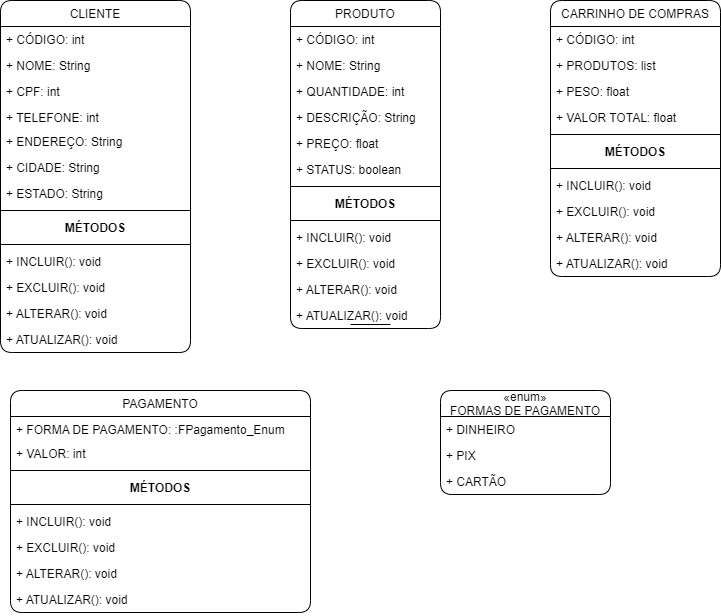
Before: Untitled Diagram.drawio.png, a diagram exported from draw.io (joao100101/Engenharia-De-Software). Source tidied: cells renumbered, new cells last; positions are measured from the earlier drawing's top-left corner, leaving out a move shared by most shapes.
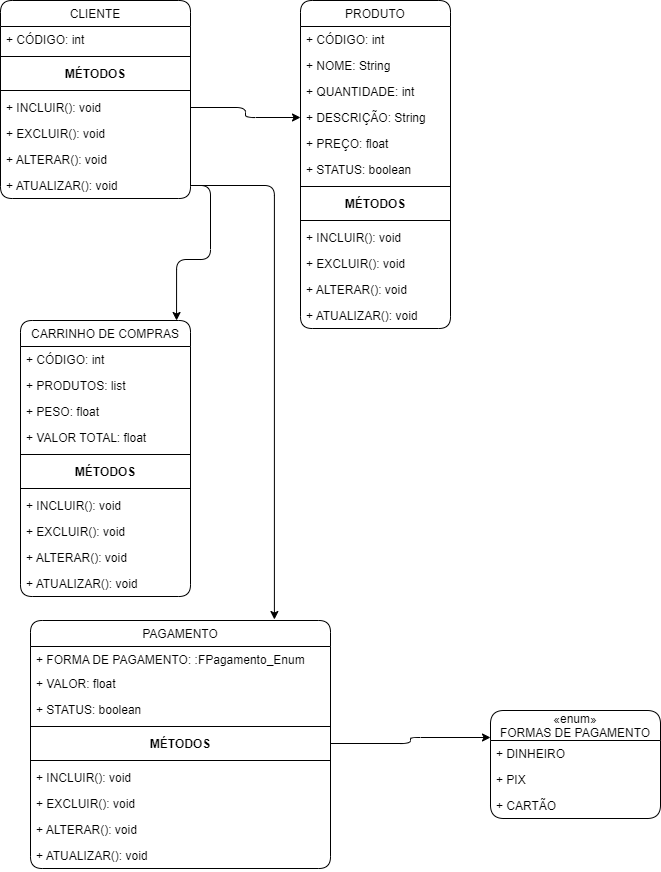
The same file after the commit.

Diff of the diagram source:
```diff
@@ -3,49 +3,31 @@
     <mxCell id="0" />
     <mxCell id="1" parent="0" />
     <mxCell id="2" value="CLIENTE" style="swimlane;fontStyle=0;horizontal=1;startSize=26;fillColor=none;rounded=1;" parent="1" vertex="1">
-      <mxGeometry width="190" height="352" as="geometry" />
+      <mxGeometry x="-10" width="190" height="198" as="geometry" />
     </mxCell>
     <mxCell id="3" value="+ CÓDIGO: int" style="text;strokeColor=none;fillColor=none;align=left;verticalAlign=top;spacingLeft=4;spacingRight=4;overflow=hidden;rounded=1;" parent="2" vertex="1">
       <mxGeometry y="26" width="190" height="26" as="geometry" />
     </mxCell>
-    <mxCell id="4" value="+ NOME: String" style="text;strokeColor=none;fillColor=none;align=left;verticalAlign=top;spacingLeft=4;spacingRight=4;overflow=hidden;rounded=1;" parent="2" vertex="1">
-      <mxGeometry y="52" width="190" height="26" as="geometry" />
-    </mxCell>
-    <mxCell id="5" value="+ CPF: int" style="text;strokeColor=none;fillColor=none;align=left;verticalAlign=top;spacingLeft=4;spacingRight=4;overflow=hidden;rounded=1;" parent="2" vertex="1">
-      <mxGeometry y="78" width="190" height="26" as="geometry" />
-    </mxCell>
-    <mxCell id="6" value="+ TELEFONE: int" style="text;strokeColor=none;fillColor=none;align=left;verticalAlign=top;spacingLeft=4;spacingRight=4;overflow=hidden;rounded=1;" parent="2" vertex="1">
-      <mxGeometry y="104" width="190" height="24" as="geometry" />
-    </mxCell>
-    <mxCell id="7" value="+ ENDEREÇO: String" style="text;strokeColor=none;fillColor=none;align=left;verticalAlign=top;spacingLeft=4;spacingRight=4;overflow=hidden;rounded=1;" parent="2" vertex="1">
-      <mxGeometry y="128" width="190" height="26" as="geometry" />
-    </mxCell>
-    <mxCell id="8" value="+ CIDADE: String" style="text;strokeColor=none;fillColor=none;align=left;verticalAlign=top;spacingLeft=4;spacingRight=4;overflow=hidden;rounded=1;" parent="2" vertex="1">
-      <mxGeometry y="154" width="190" height="26" as="geometry" />
-    </mxCell>
-    <mxCell id="9" value="+ ESTADO: String" style="text;strokeColor=none;fillColor=none;align=left;verticalAlign=top;spacingLeft=4;spacingRight=4;overflow=hidden;rounded=1;" parent="2" vertex="1">
-      <mxGeometry y="180" width="190" height="26" as="geometry" />
-    </mxCell>
     <mxCell id="10" style="line;strokeWidth=1;fillColor=none;align=left;verticalAlign=middle;spacingTop=-1;spacingLeft=3;spacingRight=3;labelPosition=right;rounded=1;" parent="2" vertex="1">
-      <mxGeometry y="206" width="190" height="8" as="geometry" />
+      <mxGeometry y="52" width="190" height="8" as="geometry" />
     </mxCell>
     <mxCell id="11" value="MÉTODOS" style="text;align=center;fontStyle=1;verticalAlign=middle;spacingLeft=3;spacingRight=3;strokeColor=none;rounded=1;" parent="2" vertex="1">
-      <mxGeometry y="214" width="190" height="26" as="geometry" />
+      <mxGeometry y="60" width="190" height="26" as="geometry" />
     </mxCell>
     <mxCell id="12" style="line;strokeWidth=1;fillColor=none;align=left;verticalAlign=middle;spacingTop=-1;spacingLeft=3;spacingRight=3;labelPosition=right;rounded=1;" parent="2" vertex="1">
-      <mxGeometry y="240" width="190" height="8" as="geometry" />
+      <mxGeometry y="86" width="190" height="8" as="geometry" />
     </mxCell>
     <mxCell id="13" value="+ INCLUIR(): void" style="text;strokeColor=none;fillColor=none;align=left;verticalAlign=top;spacingLeft=4;spacingRight=4;overflow=hidden;points=[[0,0.5],[1,0.5]];portConstraint=eastwest;rounded=1;" parent="2" vertex="1">
-      <mxGeometry y="248" width="190" height="26" as="geometry" />
+      <mxGeometry y="94" width="190" height="26" as="geometry" />
     </mxCell>
     <mxCell id="14" value="+ EXCLUIR(): void" style="text;strokeColor=none;fillColor=none;align=left;verticalAlign=top;spacingLeft=4;spacingRight=4;overflow=hidden;rounded=1;" parent="2" vertex="1">
-      <mxGeometry y="274" width="190" height="26" as="geometry" />
+      <mxGeometry y="120" width="190" height="26" as="geometry" />
     </mxCell>
     <mxCell id="15" value="+ ALTERAR(): void" style="text;strokeColor=none;fillColor=none;align=left;verticalAlign=top;spacingLeft=4;spacingRight=4;overflow=hidden;rounded=1;" parent="2" vertex="1">
-      <mxGeometry y="300" width="190" height="26" as="geometry" />
+      <mxGeometry y="146" width="190" height="26" as="geometry" />
     </mxCell>
     <mxCell id="16" value="+ ATUALIZAR(): void" style="text;strokeColor=none;fillColor=none;align=left;verticalAlign=top;spacingLeft=4;spacingRight=4;overflow=hidden;points=[[0,0.5],[1,0.5]];portConstraint=eastwest;rounded=1;" parent="2" vertex="1">
-      <mxGeometry y="326" width="190" height="26" as="geometry" />
+      <mxGeometry y="172" width="190" height="26" as="geometry" />
     </mxCell>
     <mxCell id="17" value="PRODUTO" style="swimlane;fontStyle=0;horizontal=1;startSize=26;fillColor=none;rounded=1;" parent="1" vertex="1">
       <mxGeometry x="290" width="150" height="328" as="geometry" />
@@ -90,7 +72,7 @@
       <mxGeometry y="302" width="150" height="26" as="geometry" />
     </mxCell>
     <mxCell id="31" value="CARRINHO DE COMPRAS" style="swimlane;fontStyle=0;horizontal=1;startSize=26;fillColor=none;rounded=1;" parent="1" vertex="1">
-      <mxGeometry x="550" width="170" height="276" as="geometry" />
+      <mxGeometry x="10" y="320" width="170" height="276" as="geometry" />
     </mxCell>
     <mxCell id="32" value="+ CÓDIGO: int" style="text;strokeColor=none;fillColor=none;align=left;verticalAlign=top;spacingLeft=4;spacingRight=4;overflow=hidden;rounded=1;" parent="31" vertex="1">
       <mxGeometry y="26" width="170" height="26" as="geometry" />
@@ -126,49 +108,61 @@
       <mxGeometry y="250" width="170" height="26" as="geometry" />
     </mxCell>
     <mxCell id="43" value="PAGAMENTO" style="swimlane;fontStyle=0;horizontal=1;startSize=26;fillColor=none;rounded=1;" parent="1" vertex="1">
-      <mxGeometry x="10" y="390" width="300" height="222" as="geometry" />
+      <mxGeometry x="20" y="620" width="300" height="248" as="geometry" />
     </mxCell>
     <mxCell id="44" value="+ FORMA DE PAGAMENTO: :FPagamento_Enum" style="text;strokeColor=none;fillColor=none;align=left;verticalAlign=top;spacingLeft=4;spacingRight=4;overflow=hidden;rounded=1;" parent="43" vertex="1">
       <mxGeometry y="26" width="300" height="24" as="geometry" />
     </mxCell>
-    <mxCell id="45" value="+ VALOR: int" style="text;strokeColor=none;fillColor=none;align=left;verticalAlign=top;spacingLeft=4;spacingRight=4;overflow=hidden;rounded=1;" parent="43" vertex="1">
+    <mxCell id="45" value="+ VALOR: float" style="text;strokeColor=none;fillColor=none;align=left;verticalAlign=top;spacingLeft=4;spacingRight=4;overflow=hidden;rounded=1;" parent="43" vertex="1">
       <mxGeometry y="50" width="300" height="26" as="geometry" />
     </mxCell>
+    <mxCell id="58" value="+ STATUS: boolean" style="text;strokeColor=none;fillColor=none;align=left;verticalAlign=top;spacingLeft=4;spacingRight=4;overflow=hidden;rounded=1;" parent="43" vertex="1">
+      <mxGeometry y="76" width="300" height="26" as="geometry" />
+    </mxCell>
     <mxCell id="46" style="line;strokeWidth=1;fillColor=none;align=left;verticalAlign=middle;spacingTop=-1;spacingLeft=3;spacingRight=3;labelPosition=right;rounded=1;" parent="43" vertex="1">
-      <mxGeometry y="76" width="300" height="8" as="geometry" />
+      <mxGeometry y="102" width="300" height="8" as="geometry" />
     </mxCell>
     <mxCell id="47" value="MÉTODOS" style="text;align=center;fontStyle=1;verticalAlign=middle;spacingLeft=3;spacingRight=3;strokeColor=none;points=[[0,0.5],[1,0.5]];portConstraint=eastwest;rounded=1;" parent="43" vertex="1">
-      <mxGeometry y="84" width="300" height="26" as="geometry" />
+      <mxGeometry y="110" width="300" height="26" as="geometry" />
     </mxCell>
     <mxCell id="48" style="line;strokeWidth=1;fillColor=none;align=left;verticalAlign=middle;spacingTop=-1;spacingLeft=3;spacingRight=3;labelPosition=right;rounded=1;" parent="43" vertex="1">
-      <mxGeometry y="110" width="300" height="8" as="geometry" />
+      <mxGeometry y="136" width="300" height="8" as="geometry" />
     </mxCell>
     <mxCell id="49" value="+ INCLUIR(): void" style="text;strokeColor=none;fillColor=none;align=left;verticalAlign=top;spacingLeft=4;spacingRight=4;overflow=hidden;rounded=1;" parent="43" vertex="1">
-      <mxGeometry y="118" width="300" height="26" as="geometry" />
+      <mxGeometry y="144" width="300" height="26" as="geometry" />
     </mxCell>
     <mxCell id="50" value="+ EXCLUIR(): void" style="text;strokeColor=none;fillColor=none;align=left;verticalAlign=top;spacingLeft=4;spacingRight=4;overflow=hidden;rounded=1;" parent="43" vertex="1">
-      <mxGeometry y="144" width="300" height="26" as="geometry" />
+      <mxGeometry y="170" width="300" height="26" as="geometry" />
     </mxCell>
     <mxCell id="51" value="+ ALTERAR(): void" style="text;strokeColor=none;fillColor=none;align=left;verticalAlign=top;spacingLeft=4;spacingRight=4;overflow=hidden;rounded=1;" parent="43" vertex="1">
-      <mxGeometry y="170" width="300" height="26" as="geometry" />
+      <mxGeometry y="196" width="300" height="26" as="geometry" />
     </mxCell>
     <mxCell id="52" value="+ ATUALIZAR(): void" style="text;strokeColor=none;fillColor=none;align=left;verticalAlign=top;spacingLeft=4;spacingRight=4;overflow=hidden;rounded=1;" parent="43" vertex="1">
-      <mxGeometry y="196" width="300" height="26" as="geometry" />
+      <mxGeometry y="222" width="300" height="26" as="geometry" />
     </mxCell>
-    <mxCell id="53" style="line;strokeWidth=1;fillColor=none;align=left;verticalAlign=middle;spacingTop=-1;spacingLeft=3;spacingRight=3;labelPosition=right;rounded=1;" parent="1" vertex="1">
-      <mxGeometry x="350" y="320" width="40" height="8" as="geometry" />
-    </mxCell>
-    <mxCell id="54" value="«enum»&#10;FORMAS DE PAGAMENTO" style="swimlane;fontStyle=0;horizontal=1;startSize=26;fillColor=none;rounded=1;" parent="1" vertex="1">
-      <mxGeometry x="440" y="390" width="170" height="104" as="geometry" />
+    <mxCell id="54" value="«enum»&#10;FORMAS DE PAGAMENTO" style="swimlane;fontStyle=0;horizontal=1;startSize=30;fillColor=none;rounded=1;" parent="1" vertex="1">
+      <mxGeometry x="480" y="710" width="170" height="108" as="geometry" />
     </mxCell>
     <mxCell id="55" value="+ DINHEIRO" style="text;strokeColor=none;fillColor=none;align=left;verticalAlign=top;spacingLeft=4;spacingRight=4;overflow=hidden;rounded=1;" parent="54" vertex="1">
-      <mxGeometry y="26" width="170" height="26" as="geometry" />
+      <mxGeometry y="30" width="170" height="26" as="geometry" />
     </mxCell>
     <mxCell id="56" value="+ PIX" style="text;strokeColor=none;fillColor=none;align=left;verticalAlign=top;spacingLeft=4;spacingRight=4;overflow=hidden;rounded=1;" parent="54" vertex="1">
-      <mxGeometry y="52" width="170" height="26" as="geometry" />
+      <mxGeometry y="56" width="170" height="26" as="geometry" />
     </mxCell>
     <mxCell id="57" value="+ CARTÃO" style="text;strokeColor=none;fillColor=none;align=left;verticalAlign=top;spacingLeft=4;spacingRight=4;overflow=hidden;rounded=1;" parent="54" vertex="1">
-      <mxGeometry y="78" width="170" height="26" as="geometry" />
+      <mxGeometry y="82" width="170" height="26" as="geometry" />
     </mxCell>
+    <mxCell id="59" style="edgeStyle=orthogonalEdgeStyle;rounded=1;jettySize=auto;html=1;entryX=0;entryY=0.25;entryDx=0;entryDy=0;" parent="1" edge="1" source="47" target="54">
+      <mxGeometry relative="1" as="geometry" />
+    </mxCell>
+    <mxCell id="60" style="edgeStyle=orthogonalEdgeStyle;rounded=1;jettySize=auto;html=1;entryX=0.918;entryY=0;entryDx=0;entryDy=0;entryPerimeter=0;" parent="1" edge="1" source="16" target="31">
+      <mxGeometry relative="1" as="geometry" />
+    </mxCell>
+    <mxCell id="61" style="edgeStyle=orthogonalEdgeStyle;rounded=1;jettySize=auto;html=1;entryX=0;entryY=0.5;entryDx=0;entryDy=0;" parent="1" edge="1" source="13" target="21">
+      <mxGeometry relative="1" as="geometry" />
+    </mxCell>
+    <mxCell id="62" style="edgeStyle=orthogonalEdgeStyle;rounded=1;jettySize=auto;html=1;entryX=0.813;entryY=-0.004;entryDx=0;entryDy=0;entryPerimeter=0;" parent="1" edge="1" source="16" target="43">
+      <mxGeometry relative="1" as="geometry" />
+    </mxCell>
   </root>
 </mxGraphModel>
```
